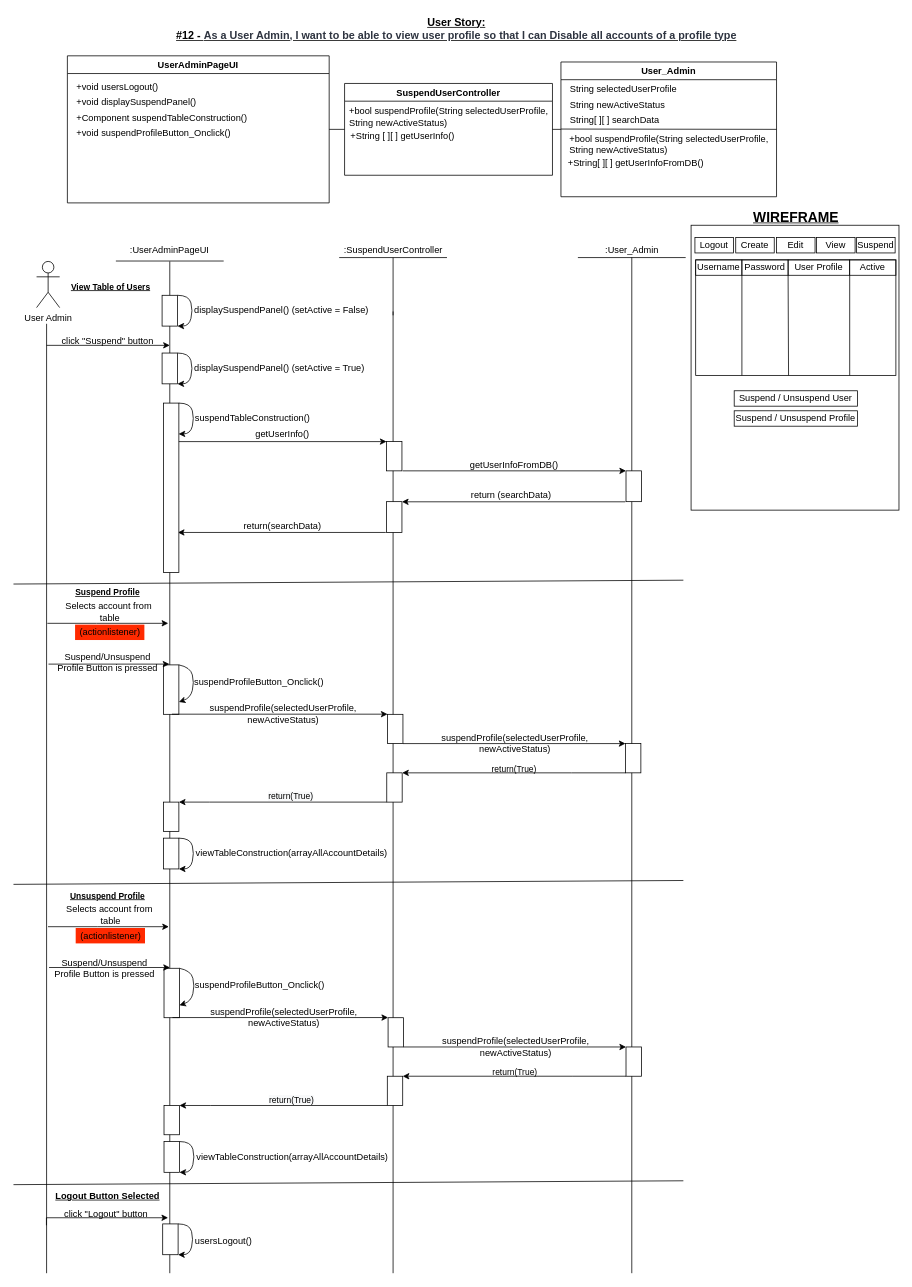
Earlier version of the draw.io diagram BCE_UML_and_Diagrams/UserAdmin_SuspendProfile(UserStory_12)/UserStory_12_BCE_Sequence.drawio (extred5700/JAVAGUI-Restaurant-Table-Order-System). Source tidied: cells renumbered, new cells numbered last; positions are measured from the earlier drawing's top-left corner, leaving out a move shared by most shapes. Both pictures are drawn from the tidied source at 77%, with x=0, y=0 at pixel (13, 13).
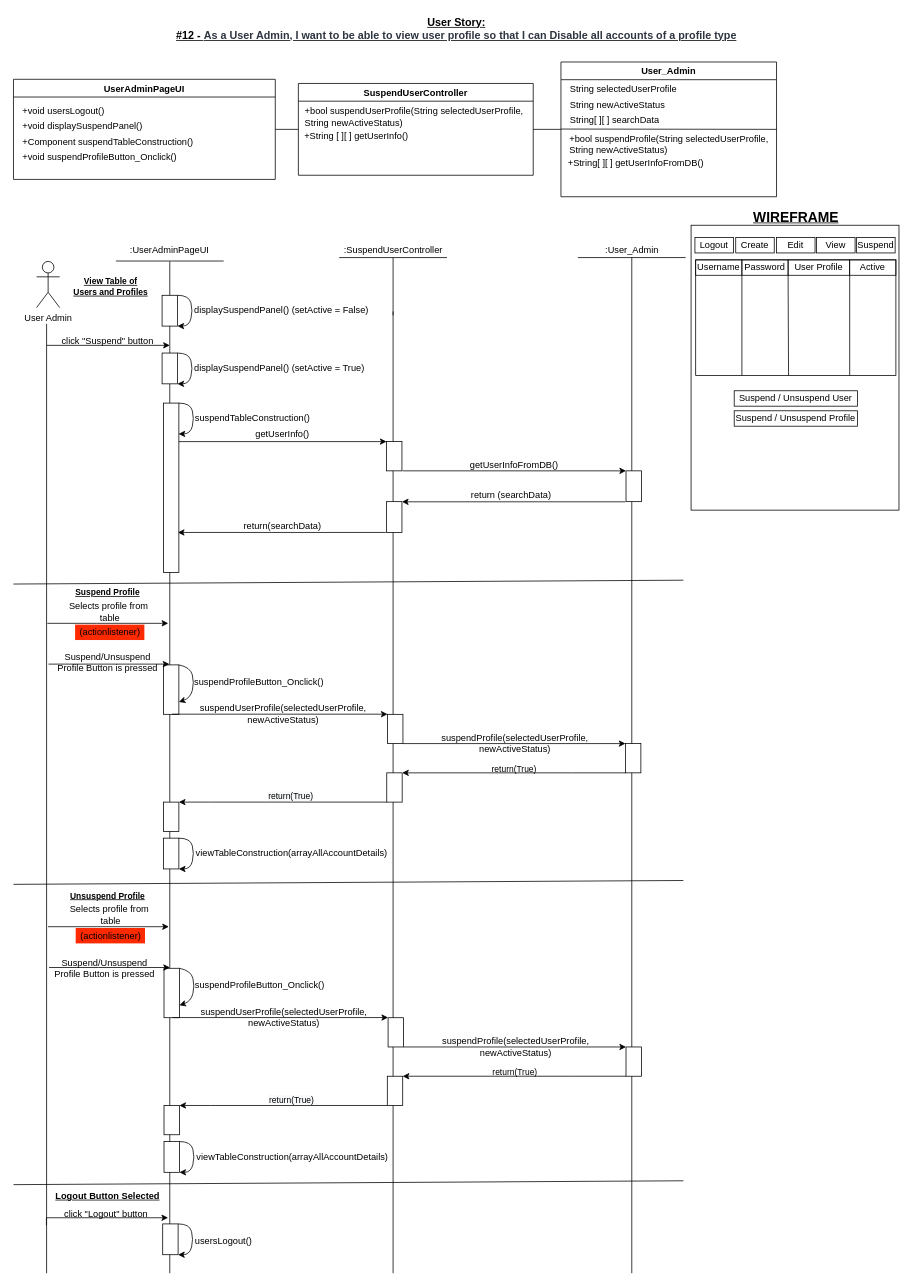
Above is the later version.

The edit, as a diff of the source:
```diff
@@
     <mxCell id="5" value="UserAdminPageUI" style="swimlane;" parent="1" vertex="1">
-      <mxGeometry x="70" y="55" width="340" height="191" as="geometry" />
+      <mxGeometry y="85.5" width="340" height="130" as="geometry" />
     </mxCell>
@@
     <mxCell id="10" value="SuspendUserController" style="swimlane;" parent="1" vertex="1">
-      <mxGeometry x="430" y="90.9" width="270" height="119.2" as="geometry" />
+      <mxGeometry x="370" y="90.9" width="305" height="119.2" as="geometry" />
     </mxCell>
-    <mxCell id="11" value="&lt;div style=&quot;text-align: left&quot;&gt;+bool suspendProfile(String selectedUserProfile,&lt;/div&gt;&lt;div style=&quot;text-align: left&quot;&gt;String newActiveStatus)&lt;/div&gt;" style="text;html=1;align=center;verticalAlign=middle;strokeColor=none;fillColor=none;" parent="10" vertex="1">
-      <mxGeometry y="27.8" width="270" height="30" as="geometry" />
+    <mxCell id="11" value="&lt;div style=&quot;text-align: left&quot;&gt;+bool suspendUserProfile(String selectedUserProfile,&lt;/div&gt;&lt;div style=&quot;text-align: left&quot;&gt;String newActiveStatus)&lt;/div&gt;" style="text;html=1;align=center;verticalAlign=middle;strokeColor=none;fillColor=none;" parent="10" vertex="1">
+      <mxGeometry y="27.8" width="300" height="30" as="geometry" />
     </mxCell>
@@
-    <mxCell id="57" value="suspendProfile(selectedUserProfile,&lt;br&gt;newActiveStatus)" style="text;html=1;align=center;verticalAlign=middle;strokeColor=none;fillColor=none;" parent="1" vertex="1">
-      <mxGeometry x="244.8" y="895" width="210" height="30" as="geometry" />
+    <mxCell id="57" value="suspendUserProfile(selectedUserProfile,&lt;br&gt;newActiveStatus)" style="text;html=1;align=center;verticalAlign=middle;strokeColor=none;fillColor=none;" parent="1" vertex="1">
+      <mxGeometry x="234.8" y="895" width="230" height="30" as="geometry" />
     </mxCell>
@@
-    <mxCell id="78" value="Selects account from&amp;nbsp;&lt;br&gt;table" style="text;html=1;align=center;verticalAlign=middle;strokeColor=none;fillColor=none;" parent="1" vertex="1">
-      <mxGeometry x="60" y="762" width="130" height="30" as="geometry" />
+    <mxCell id="78" value="Selects profile from&amp;nbsp;&lt;br&gt;table" style="text;html=1;align=center;verticalAlign=middle;strokeColor=none;fillColor=none;" parent="1" vertex="1">
+      <mxGeometry x="65" y="762" width="120" height="30" as="geometry" />
     </mxCell>
@@
-    <mxCell id="97" value="&lt;b&gt;&lt;u&gt;View Table of Users&lt;/u&gt;&lt;/b&gt;" style="text;html=1;align=center;verticalAlign=middle;strokeColor=none;fillColor=none;fontSize=11;" parent="1" vertex="1">
-      <mxGeometry x="66" y="345" width="120" height="20" as="geometry" />
+    <mxCell id="97" value="&lt;b&gt;&lt;u&gt;View Table of&lt;br&gt;Users and Profiles&lt;br&gt;&lt;/u&gt;&lt;/b&gt;" style="text;html=1;align=center;verticalAlign=middle;strokeColor=none;fillColor=none;fontSize=11;" parent="1" vertex="1">
+      <mxGeometry x="71" y="340" width="110" height="30" as="geometry" />
     </mxCell>
@@
-    <mxCell id="106" value="suspendProfile(selectedUserProfile,&lt;br&gt;newActiveStatus)" style="text;html=1;align=center;verticalAlign=middle;strokeColor=none;fillColor=none;" parent="1" vertex="1">
-      <mxGeometry x="245.5" y="1289" width="210" height="30" as="geometry" />
+    <mxCell id="106" value="suspendUserProfile(selectedUserProfile,&lt;br&gt;newActiveStatus)" style="text;html=1;align=center;verticalAlign=middle;strokeColor=none;fillColor=none;" parent="1" vertex="1">
+      <mxGeometry x="235.5" y="1289" width="230" height="30" as="geometry" />
     </mxCell>
@@
-    <mxCell id="121" value="Selects account from&amp;nbsp;&lt;br&gt;table" style="text;html=1;align=center;verticalAlign=middle;strokeColor=none;fillColor=none;" parent="1" vertex="1">
-      <mxGeometry x="60.8" y="1156" width="130" height="30" as="geometry" />
+    <mxCell id="121" value="Selects profile from&amp;nbsp;&lt;br&gt;table" style="text;html=1;align=center;verticalAlign=middle;strokeColor=none;fillColor=none;" parent="1" vertex="1">
+      <mxGeometry x="65.8" y="1156" width="120" height="30" as="geometry" />
     </mxCell>
```
